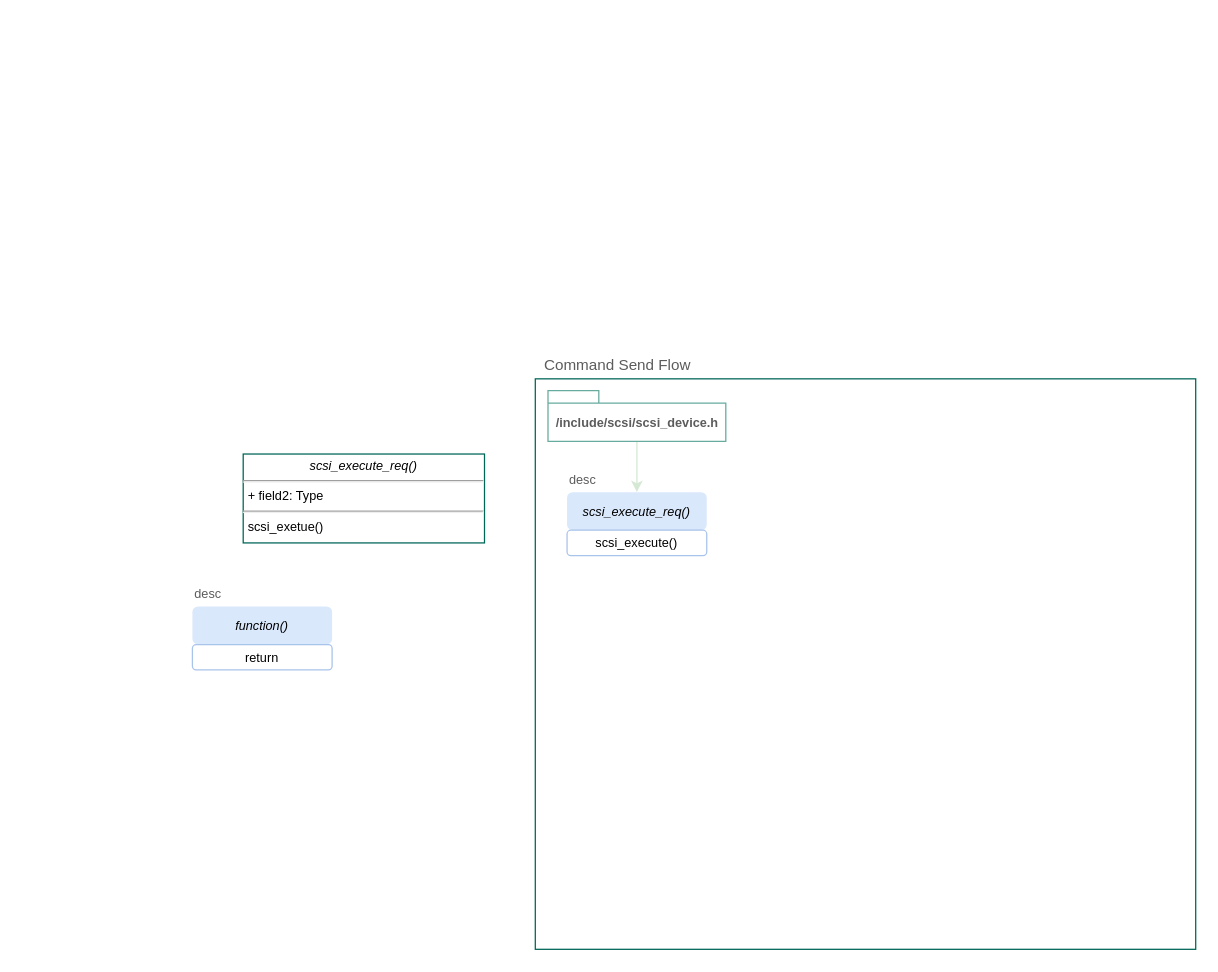
Flying-Camel/KernelSourceAnalize keeps this draw.io diagram as page "Flow" (1 of 2) of Untitled Diagram.drawio. Above is the earlier version. Source tidied: cells renumbered, new cells numbered last; positions are measured from the earlier drawing's top-left corner, leaving out a move shared by most shapes. Both pictures are drawn from the tidied source at 127%, with x=0, y=0 at pixel (192, 326).
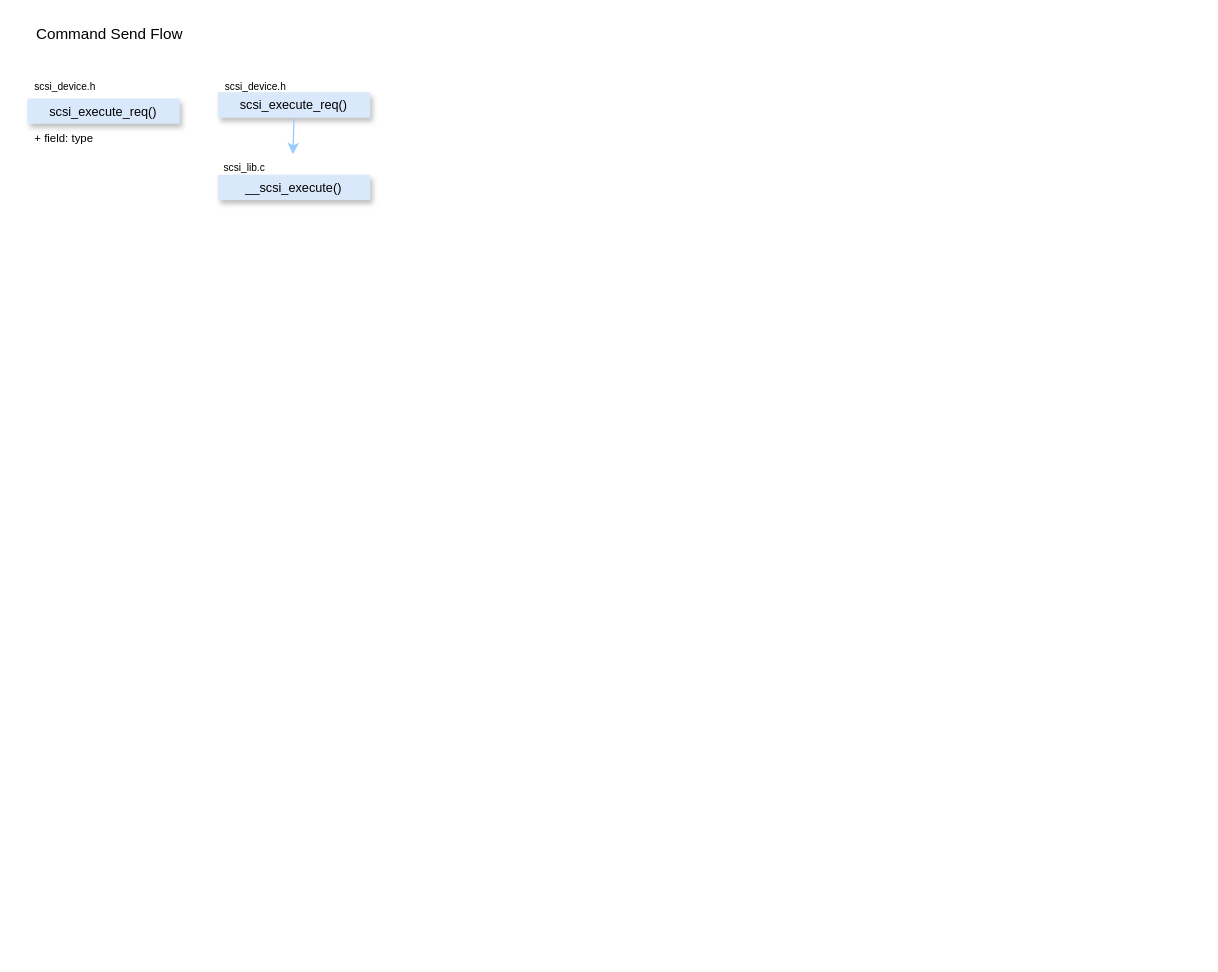
After the change.

What changed in the source:
```diff
@@
 <mxGraphModel>
   <root>
     <mxCell id="0" />
     <mxCell id="1" parent="0" />
-    <mxCell id="2" style="group;fontSize=10;" parent="1" vertex="1">
-      <mxGeometry x="270" width="520" height="490" as="geometry" />
-    </mxCell>
-    <mxCell id="3" style="rounded=0;whiteSpace=wrap;html=1;sketch=0;strokeColor=#006658;gradientColor=none;fontColor=#5C5C5C;fillColor=none;" parent="2" vertex="1">
-      <mxGeometry y="40.8" width="520" height="449.2" as="geometry" />
-    </mxCell>
-    <mxCell id="4" value="Command Send Flow" style="text;html=1;strokeColor=none;fillColor=none;align=center;verticalAlign=middle;whiteSpace=wrap;rounded=0;sketch=0;fontColor=#5C5C5C;" parent="2" vertex="1">
-      <mxGeometry y="10" width="130" height="40.8" as="geometry" />
+    <mxCell id="4" value="Command Send Flow" style="text;html=1;strokeColor=none;fillColor=none;align=center;verticalAlign=middle;whiteSpace=wrap;rounded=0;" parent="1" vertex="1">
+      <mxGeometry x="-130" y="-240" width="130" height="20" as="geometry" />
     </mxCell>
-    <mxCell id="5" style="edgeStyle=orthogonalEdgeStyle;curved=0;rounded=0;sketch=0;jettySize=auto;html=1;fillColor=#21C0A5;fontSize=10;fontColor=#5C5C5C;strokeColor=#D5E8D4;" parent="2" edge="1" source="6" target="8">
-      <mxGeometry relative="1" as="geometry" />
-    </mxCell>
-    <mxCell id="6" value="/include/scsi/scsi_device.h" style="shape=folder;fontStyle=1;spacingTop=10;tabWidth=40;tabHeight=10;tabPosition=left;html=1;sketch=0;fillColor=none;gradientColor=none;fontSize=10;fontColor=#5C5C5C;strokeColor=#67AB9F;" parent="2" vertex="1">
-      <mxGeometry x="10" y="50" width="140" height="40" as="geometry" />
-    </mxCell>
-    <mxCell id="7" style="group;" parent="2" vertex="1">
-      <mxGeometry x="25" y="110" width="110" height="70" as="geometry" />
-    </mxCell>
-    <mxCell id="8" value="&lt;i style=&quot;color: rgb(0 , 0 , 0) ; font-family: &amp;#34;helvetica&amp;#34; ; font-size: 10px ; font-weight: 400 ; letter-spacing: normal ; text-align: center ; text-indent: 0px ; text-transform: none ; word-spacing: 0px&quot;&gt;scsi_execute_req()&lt;/i&gt;" style="rounded=1;whiteSpace=wrap;html=1;sketch=0;fillColor=#dae8fc;fontSize=10;strokeColor=none;" parent="7" vertex="1">
-      <mxGeometry y="20" width="110" height="30" as="geometry" />
-    </mxCell>
-    <mxCell id="9" value="&lt;font color=&quot;#000000&quot;&gt;scsi_execute()&lt;/font&gt;" style="rounded=1;whiteSpace=wrap;html=1;sketch=0;fillColor=none;gradientColor=none;fontSize=10;fontColor=#5C5C5C;strokeColor=#A9C4EB;align=center;" parent="7" vertex="1">
-      <mxGeometry y="50" width="110" height="20" as="geometry" />
-    </mxCell>
-    <mxCell id="10" value="desc" style="text;html=1;strokeColor=none;fillColor=none;align=left;verticalAlign=middle;whiteSpace=wrap;rounded=0;sketch=0;fontSize=10;fontColor=#5C5C5C;" parent="7" vertex="1">
-      <mxGeometry width="110" height="20" as="geometry" />
-    </mxCell>
-    <mxCell id="11" value="&lt;p style=&quot;margin: 4px 0px 0px ; text-align: center ; font-size: 10px&quot;&gt;&lt;i&gt;scsi_execute_req()&lt;/i&gt;&lt;/p&gt;&lt;hr style=&quot;font-size: 10px&quot;&gt;&lt;p style=&quot;margin: 0px 0px 0px 4px ; font-size: 10px&quot;&gt;&lt;span&gt;+ field2: Type&lt;/span&gt;&lt;br&gt;&lt;/p&gt;&lt;hr style=&quot;font-size: 10px&quot;&gt;&lt;p style=&quot;margin: 0px 0px 0px 4px ; font-size: 10px&quot;&gt;scsi_exetue()&lt;/p&gt;" style="verticalAlign=top;align=left;overflow=fill;fontSize=10;fontFamily=Helvetica;html=1;sketch=0;strokeColor=#006658;fillColor=none;gradientColor=none;" parent="1" vertex="1">
-      <mxGeometry x="40" y="100" width="190" height="70" as="geometry" />
-    </mxCell>
-    <mxCell id="12" style="group;align=center;" parent="1" vertex="1">
-      <mxGeometry y="200" width="110" height="70" as="geometry" />
-    </mxCell>
-    <mxCell id="13" value="&lt;i style=&quot;color: rgb(0 , 0 , 0) ; font-family: &amp;#34;helvetica&amp;#34; ; font-size: 10px ; font-weight: 400 ; letter-spacing: normal ; text-align: center ; text-indent: 0px ; text-transform: none ; word-spacing: 0px&quot;&gt;function()&lt;/i&gt;" style="rounded=1;whiteSpace=wrap;html=1;sketch=0;fillColor=#dae8fc;fontSize=10;strokeColor=none;" parent="12" vertex="1">
-      <mxGeometry y="20" width="110" height="30" as="geometry" />
-    </mxCell>
-    <mxCell id="14" value="&lt;font color=&quot;#000000&quot;&gt;return&lt;/font&gt;" style="rounded=1;whiteSpace=wrap;html=1;sketch=0;fillColor=none;gradientColor=none;fontSize=10;fontColor=#5C5C5C;strokeColor=#A9C4EB;align=center;horizontal=1;" parent="12" vertex="1">
-      <mxGeometry y="50" width="110" height="20" as="geometry" />
-    </mxCell>
-    <mxCell id="15" value="desc" style="text;html=1;strokeColor=none;fillColor=none;align=left;verticalAlign=middle;whiteSpace=wrap;rounded=0;sketch=0;fontSize=10;fontColor=#5C5C5C;" parent="12" vertex="1">
-      <mxGeometry width="110" height="20" as="geometry" />
-    </mxCell>
+    <mxCell id="16" style="group;" parent="1" vertex="1">
+      <mxGeometry x="-130" y="-200" width="120" height="66" as="geometry" />
+    </mxCell>
+    <mxCell id="17" value="scsi_execute_req()" style="swimlane;fontStyle=0;horizontal=1;startSize=20;fillColor=#dae8fc;strokeColor=none;fontSize=10;swimlaneLine=0;sketch=0;glass=0;shadow=1;" parent="16" vertex="1">
+      <mxGeometry y="20" width="120" height="46" as="geometry" />
+    </mxCell>
+    <mxCell id="18" value="+ field: type" style="text;strokeColor=none;fillColor=none;align=left;verticalAlign=top;spacingLeft=4;spacingRight=4;overflow=hidden;fontSize=9;" parent="17" vertex="1">
+      <mxGeometry y="20" width="120" height="26" as="geometry" />
+    </mxCell>
+    <mxCell id="19" value="scsi_device.h" style="text;strokeColor=none;fillColor=none;align=left;verticalAlign=top;spacingLeft=4;spacingRight=4;overflow=hidden;shadow=1;glass=0;sketch=0;fontSize=8;" parent="16" vertex="1">
+      <mxGeometry width="100" height="20" as="geometry" />
+    </mxCell>
+    <mxCell id="20" style="group;" parent="1" vertex="1">
+      <mxGeometry x="20" y="-200" width="120" height="50" as="geometry" />
+    </mxCell>
+    <mxCell id="21" value="scsi_execute_req()" style="swimlane;fontStyle=0;horizontal=1;startSize=25;fillColor=#dae8fc;strokeColor=none;fontSize=10;swimlaneLine=0;sketch=0;glass=0;shadow=1;" parent="20" vertex="1" collapsed="1">
+      <mxGeometry y="15.2" width="120" height="20" as="geometry" />
+    </mxCell>
+    <mxCell id="22" style="group;" parent="1" vertex="1">
+      <mxGeometry x="20" y="-140" width="120" height="66" as="geometry" />
+    </mxCell>
+    <mxCell id="23" value="__scsi_execute()" style="swimlane;fontStyle=0;horizontal=1;startSize=20;fillColor=#dae8fc;strokeColor=none;fontSize=10;swimlaneLine=0;sketch=0;glass=0;shadow=1;" parent="22" vertex="1" collapsed="1">
+      <mxGeometry y="20" width="120" height="20" as="geometry" />
+    </mxCell>
+    <mxCell id="24" value="scsi_lib.c" style="text;strokeColor=none;fillColor=none;align=left;verticalAlign=top;spacingLeft=4;spacingRight=4;overflow=hidden;points=[[0,0.5],[1,0.5]];portConstraint=eastwest;shadow=1;glass=0;sketch=0;fontSize=8;" parent="22" vertex="1">
+      <mxGeometry x="-1" y="4" width="120" height="20" as="geometry" />
+    </mxCell>
+    <mxCell id="25" style="edgeStyle=orthogonalEdgeStyle;rounded=0;jettySize=auto;html=1;fontSize=8;strokeColor=#99CCFF;exitX=0.5;exitY=1;exitDx=0;exitDy=0;entryX=0.501;entryY=-0.002;entryDx=0;entryDy=0;entryPerimeter=0;" parent="1" edge="1" source="21" target="24">
+      <mxGeometry relative="1" as="geometry" />
+    </mxCell>
+    <mxCell id="26" value="scsi_device.h" style="text;strokeColor=none;fillColor=none;align=left;verticalAlign=top;spacingLeft=4;spacingRight=4;overflow=hidden;shadow=1;glass=0;sketch=0;fontSize=8;" parent="1" vertex="1">
+      <mxGeometry x="20" y="-200" width="100" height="15.2" as="geometry" />
+    </mxCell>
   </root>
 </mxGraphModel>
```
